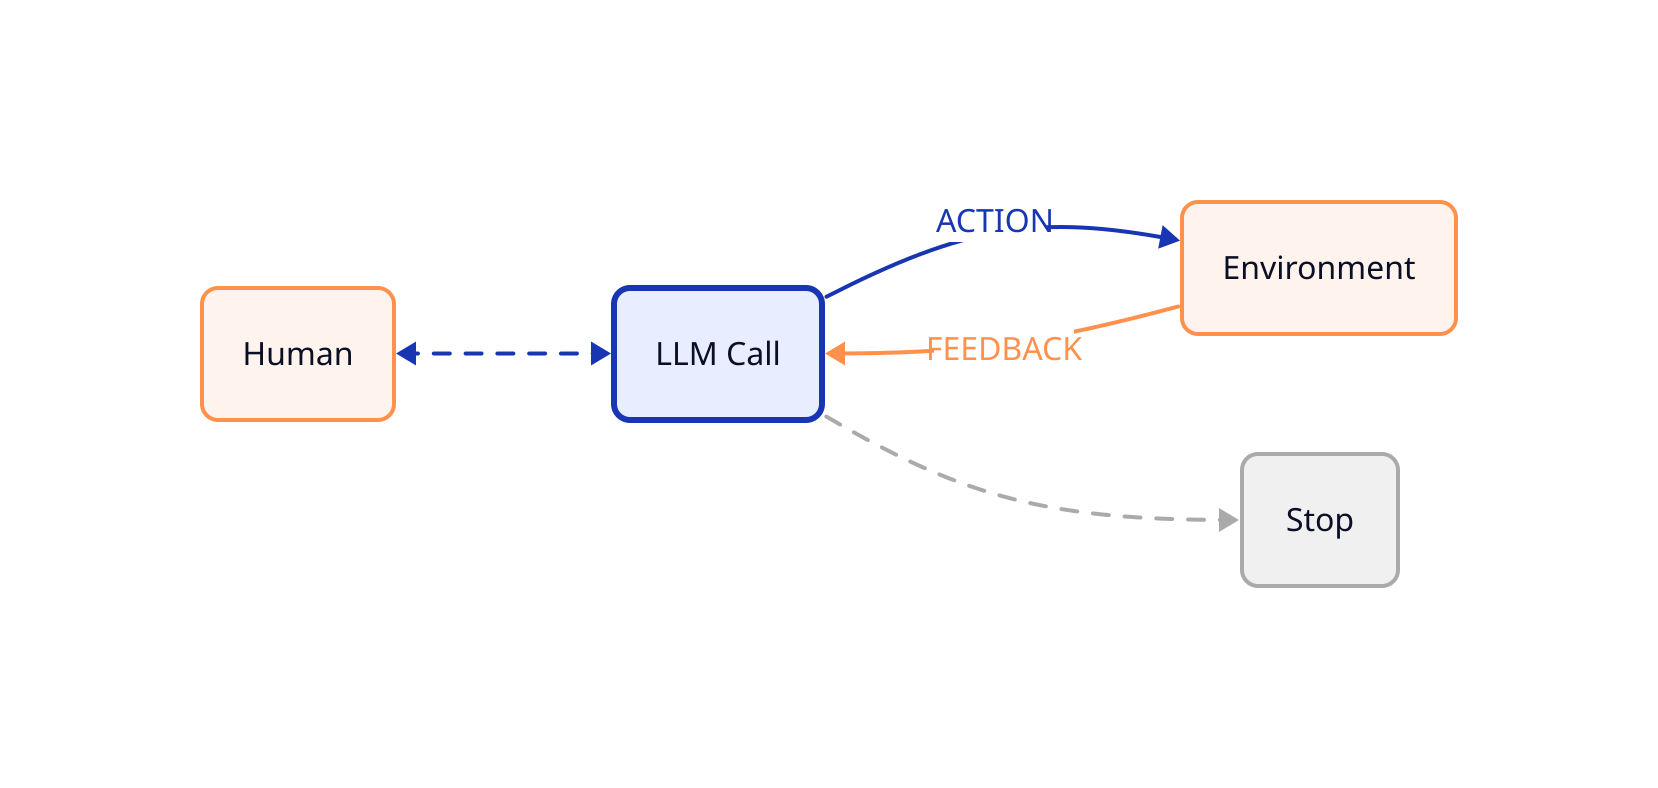
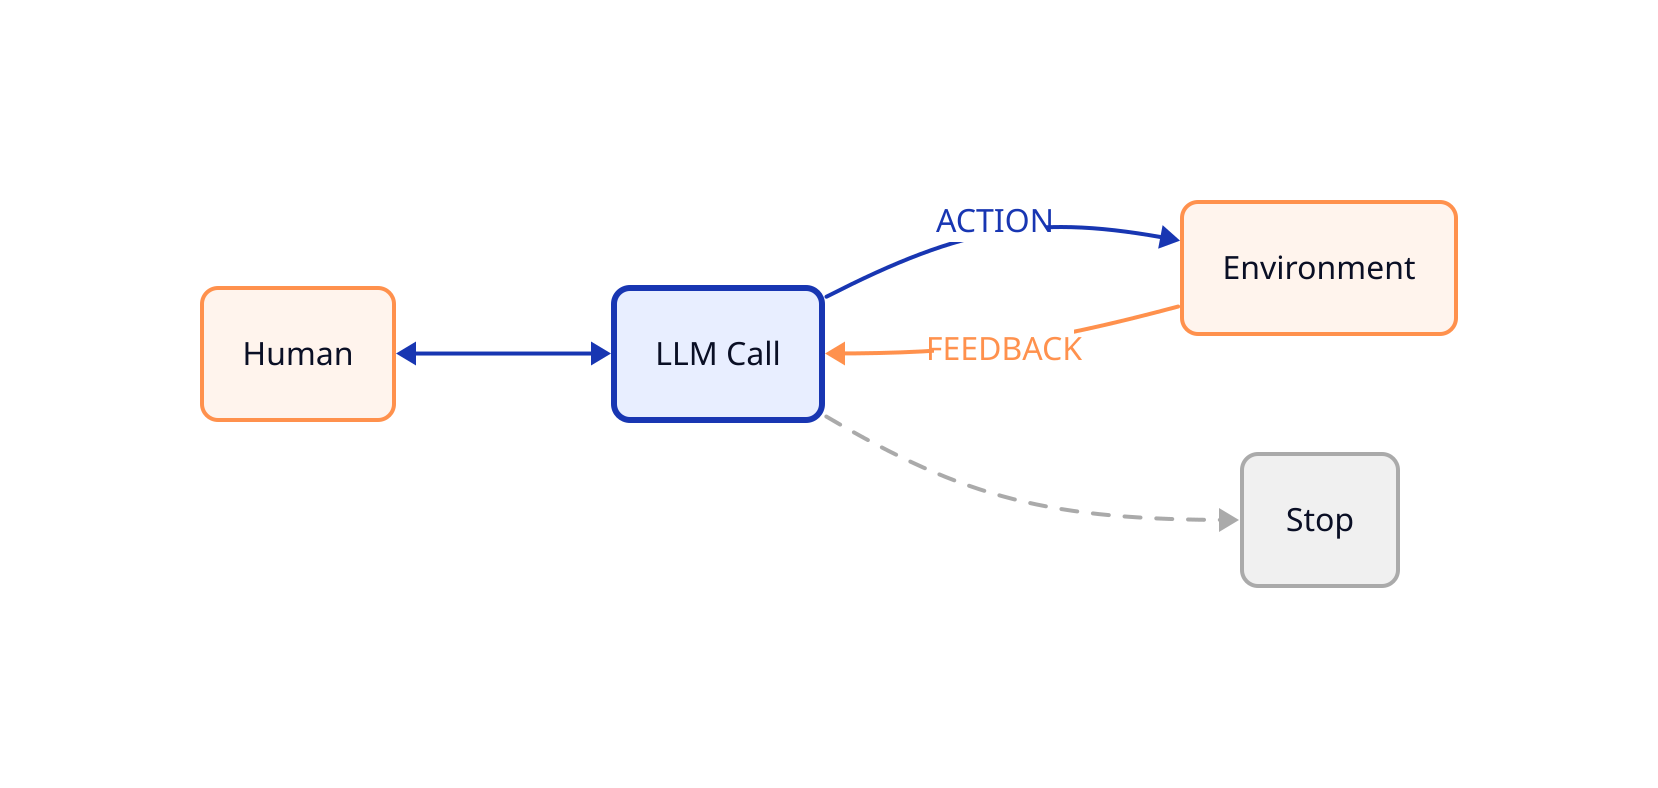
direction: right

llm_human: "Human" {
  style.fill: "#fff4ed"
  style.stroke: "#ff914d"
  style.stroke-width: 2
  style.border-radius: 8
}

llm_call: "LLM Call" {
  style.fill: "#e8eeff"
  style.stroke: "#1836b2"
  style.stroke-width: 3
  style.border-radius: 8
}

env: "Environment" {
  style.fill: "#fff4ed"
  style.stroke: "#ff914d"
  style.stroke-width: 2
  style.border-radius: 8
}

stop: "Stop" {
  style.fill: "#f0f0f0"
  style.stroke: "#aaaaaa"
  style.stroke-width: 2
  style.border-radius: 8
}

llm_human <-> llm_call {
-   style.stroke-dash: 4
  style.stroke: "#1836b2"
}

llm_call -> env: "ACTION" {
  style.stroke: "#1836b2"
  style.stroke-width: 2
  style.font-color: "#1836b2"
  style.italic: true
}
env -> llm_call: "FEEDBACK" {
  style.stroke: "#ff914d"
  style.stroke-width: 2
  style.font-color: "#ff914d"
  style.italic: true
}

llm_call -> stop {
  style.stroke-dash: 4
  style.stroke: "#aaaaaa"
}
